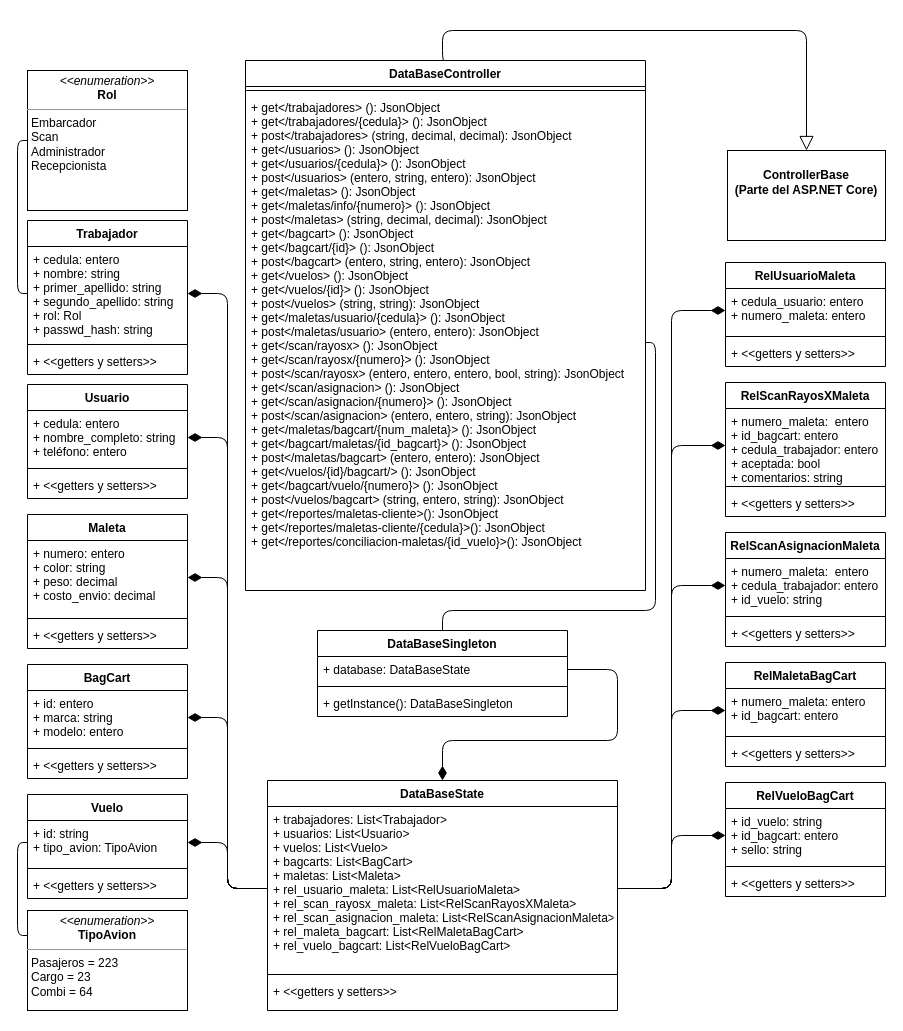
This is page "RestAPI" (1 of 3) of doc/DiagramaClases.drawio from itcr3442/CE3101-Tabas, a draw.io file, before an edit. Source tidied: cells renumbered, new cells numbered last; positions are measured from the earlier drawing's top-left corner, leaving out a move shared by most shapes. Both pictures are drawn from the tidied source at 100%, with x=0, y=0 at pixel (27, 30).
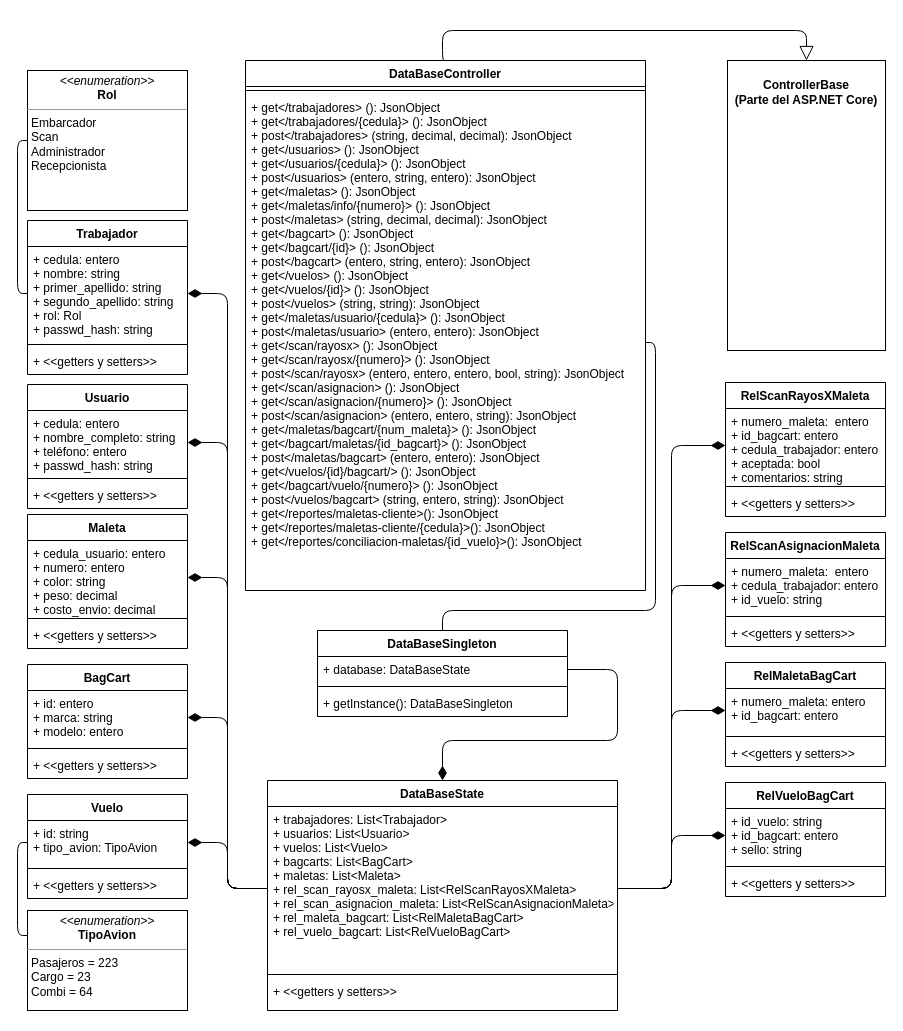
The same diagram, later.

Commit message (it also covers changes not shown here):
agregar correcciones a modelo conceptual. - Se modifica el diagrama ER - Cambios en código ilustrar las correciones del diagrama ER - Avance en mapeo a un modelo relacional (TC3)

Unchanged cells that the change refers to:
```xml
<mxCell id="21" value="Maleta" style="swimlane;fontStyle=1;align=center;verticalAlign=top;horizontal=1;startSize=26;" parent="1" vertex="1">
  <mxGeometry y="484" width="160" height="134" as="geometry" />
</mxCell>
<mxCell id="26" value="DataBaseState" style="swimlane;fontStyle=1;align=center;verticalAlign=top;horizontal=1;startSize=26;" parent="1" vertex="1">
  <mxGeometry x="240" y="750" width="350" height="230" as="geometry" />
</mxCell>
```

Diff of the diagram source:
```diff
@@
     <mxCell id="6" value="Usuario" style="swimlane;fontStyle=1;align=center;verticalAlign=top;horizontal=1;startSize=26;" parent="1" vertex="1">
-      <mxGeometry y="354" width="160" height="114" as="geometry" />
+      <mxGeometry y="354" width="160" height="124" as="geometry" />
     </mxCell>
-    <mxCell id="7" value="+ cedula: entero&#10;+ nombre_completo: string&#10;+ teléfono: entero" style="text;strokeColor=none;fillColor=none;align=left;verticalAlign=top;spacingLeft=4;spacingRight=4;overflow=hidden;points=[[0,0.5],[1,0.5]];portConstraint=eastwest;" parent="6" vertex="1">
-      <mxGeometry y="26" width="160" height="54" as="geometry" />
+    <mxCell id="7" value="+ cedula: entero&#10;+ nombre_completo: string&#10;+ teléfono: entero&#10;+ passwd_hash: string" style="text;strokeColor=none;fillColor=none;align=left;verticalAlign=top;spacingLeft=4;spacingRight=4;overflow=hidden;points=[[0,0.5],[1,0.5]];portConstraint=eastwest;" parent="6" vertex="1">
+      <mxGeometry y="26" width="160" height="64" as="geometry" />
     </mxCell>
     <mxCell id="8" style="line;strokeWidth=1;fillColor=none;align=left;verticalAlign=middle;spacingTop=-1;spacingLeft=3;spacingRight=3;labelPosition=right;" parent="6" vertex="1">
-      <mxGeometry y="80" width="160" height="8" as="geometry" />
+      <mxGeometry y="90" width="160" height="8" as="geometry" />
     </mxCell>
     <mxCell id="9" value="+ &lt;&lt;getters y setters&gt;&gt;" style="text;strokeColor=none;fillColor=none;align=left;verticalAlign=top;spacingLeft=4;spacingRight=4;overflow=hidden;" parent="6" vertex="1">
-      <mxGeometry y="88" width="160" height="26" as="geometry" />
+      <mxGeometry y="98" width="160" height="26" as="geometry" />
     </mxCell>
@@
-    <mxCell id="22" value="+ numero: entero&#10;+ color: string&#10;+ peso: decimal&#10;+ costo_envio: decimal" style="text;strokeColor=none;fillColor=none;align=left;verticalAlign=top;spacingLeft=4;spacingRight=4;overflow=hidden;points=[[0,0.5],[1,0.5]];portConstraint=eastwest;" parent="21" vertex="1">
+    <mxCell id="22" value="+ cedula_usuario: entero&#10;+ numero: entero&#10;+ color: string&#10;+ peso: decimal&#10;+ costo_envio: decimal" style="text;strokeColor=none;fillColor=none;align=left;verticalAlign=top;spacingLeft=4;spacingRight=4;overflow=hidden;points=[[0,0.5],[1,0.5]];portConstraint=eastwest;" parent="21" vertex="1">
       <mxGeometry y="26" width="160" height="74" as="geometry" />
     </mxCell>
@@
-    <mxCell id="27" value="+ trabajadores: List&lt;Trabajador&gt;&#10;+ usuarios: List&lt;Usuario&gt;&#10;+ vuelos: List&lt;Vuelo&gt;&#10;+ bagcarts: List&lt;BagCart&gt;&#10;+ maletas: List&lt;Maleta&gt;&#10;+ rel_usuario_maleta: List&lt;RelUsuarioMaleta&gt;&#10;+ rel_scan_rayosx_maleta: List&lt;RelScanRayosXMaleta&gt;&#10;+ rel_scan_asignacion_maleta: List&lt;RelScanAsignacionMaleta&gt;&#10;+ rel_maleta_bagcart: List&lt;RelMaletaBagCart&gt;&#10;+ rel_vuelo_bagcart: List&lt;RelVueloBagCart&gt;&#10;" style="text;strokeColor=none;fillColor=none;align=left;verticalAlign=top;spacingLeft=4;spacingRight=4;overflow=hidden;points=[[0,0.5],[1,0.5]];portConstraint=eastwest;" parent="26" vertex="1">
+    <mxCell id="27" value="+ trabajadores: List&lt;Trabajador&gt;&#10;+ usuarios: List&lt;Usuario&gt;&#10;+ vuelos: List&lt;Vuelo&gt;&#10;+ bagcarts: List&lt;BagCart&gt;&#10;+ maletas: List&lt;Maleta&gt;&#10;+ rel_scan_rayosx_maleta: List&lt;RelScanRayosXMaleta&gt;&#10;+ rel_scan_asignacion_maleta: List&lt;RelScanAsignacionMaleta&gt;&#10;+ rel_maleta_bagcart: List&lt;RelMaletaBagCart&gt;&#10;+ rel_vuelo_bagcart: List&lt;RelVueloBagCart&gt;&#10;" style="text;strokeColor=none;fillColor=none;align=left;verticalAlign=top;spacingLeft=4;spacingRight=4;overflow=hidden;points=[[0,0.5],[1,0.5]];portConstraint=eastwest;" parent="26" vertex="1">
       <mxGeometry y="26" width="350" height="164" as="geometry" />
     </mxCell>
@@
-    <mxCell id="34" value="RelUsuarioMaleta" style="swimlane;fontStyle=1;align=center;verticalAlign=top;horizontal=1;startSize=26;" parent="1" vertex="1">
-      <mxGeometry x="698" y="232" width="160" height="104" as="geometry" />
-    </mxCell>
-    <mxCell id="35" value="+ cedula_usuario: entero&#10;+ numero_maleta: entero" style="text;strokeColor=none;fillColor=none;align=left;verticalAlign=top;spacingLeft=4;spacingRight=4;overflow=hidden;points=[[0,0.5],[1,0.5]];portConstraint=eastwest;" parent="34" vertex="1">
-      <mxGeometry y="26" width="160" height="44" as="geometry" />
-    </mxCell>
-    <mxCell id="36" style="line;strokeWidth=1;fillColor=none;align=left;verticalAlign=middle;spacingTop=-1;spacingLeft=3;spacingRight=3;labelPosition=right;" parent="34" vertex="1">
-      <mxGeometry y="70" width="160" height="8" as="geometry" />
-    </mxCell>
-    <mxCell id="37" value="+ &lt;&lt;getters y setters&gt;&gt;" style="text;strokeColor=none;fillColor=none;align=left;verticalAlign=top;spacingLeft=4;spacingRight=4;overflow=hidden;" parent="34" vertex="1">
-      <mxGeometry y="78" width="160" height="26" as="geometry" />
-    </mxCell>
@@
     <mxCell id="55" value="&lt;p style=&quot;margin: 0px ; margin-top: 4px ; text-align: center&quot;&gt;&lt;br&gt;&lt;b&gt;ControllerBase&lt;br&gt;(Parte del ASP.NET Core)&lt;/b&gt;&lt;/p&gt;" style="verticalAlign=top;align=left;overflow=fill;fontSize=12;fontFamily=Helvetica;html=1;" parent="1" vertex="1">
-      <mxGeometry x="700" y="120" width="158" height="90" as="geometry" />
+      <mxGeometry x="700" y="30" width="158" height="290" as="geometry" />
     </mxCell>
-    <mxCell id="56" style="edgeStyle=orthogonalEdgeStyle;html=1;exitX=0;exitY=0.5;exitDx=0;exitDy=0;entryX=1;entryY=0.5;entryDx=0;entryDy=0;startArrow=diamondThin;startFill=1;endArrow=none;endFill=0;startSize=12;targetPerimeterSpacing=0;" parent="1" edge="1" source="35" target="27">
-      <mxGeometry relative="1" as="geometry" />
-    </mxCell>
```
